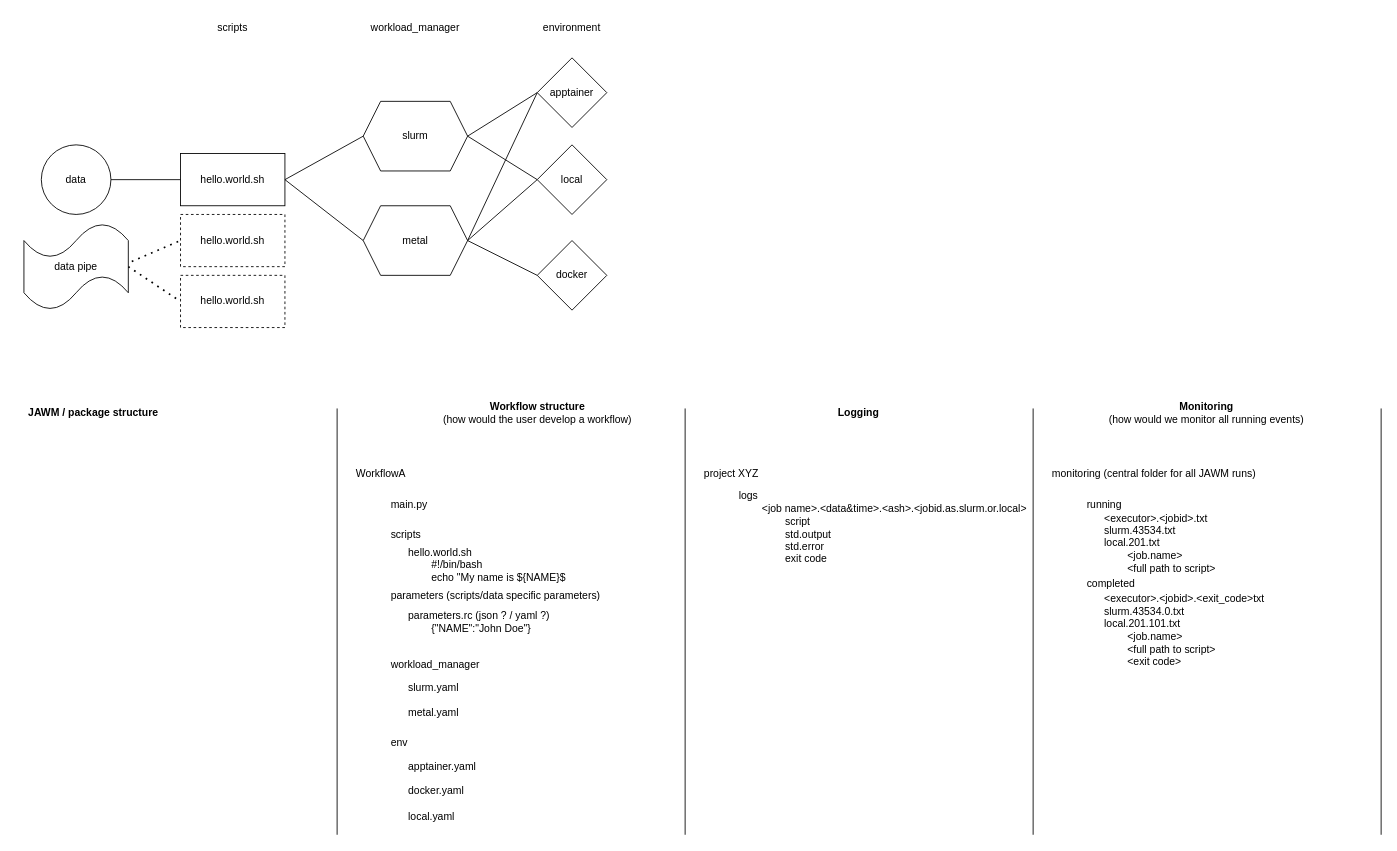
The draw.io diagram JAWM.drawio in mpg-age-bioinformatics/jawm, before the edit. Source tidied: cells renumbered, new cells numbered last; positions are measured from the earlier drawing's top-left corner, leaving out a move shared by most shapes. Both pictures are drawn from the tidied source at 87%, with x=0, y=0 at pixel (15, 15).
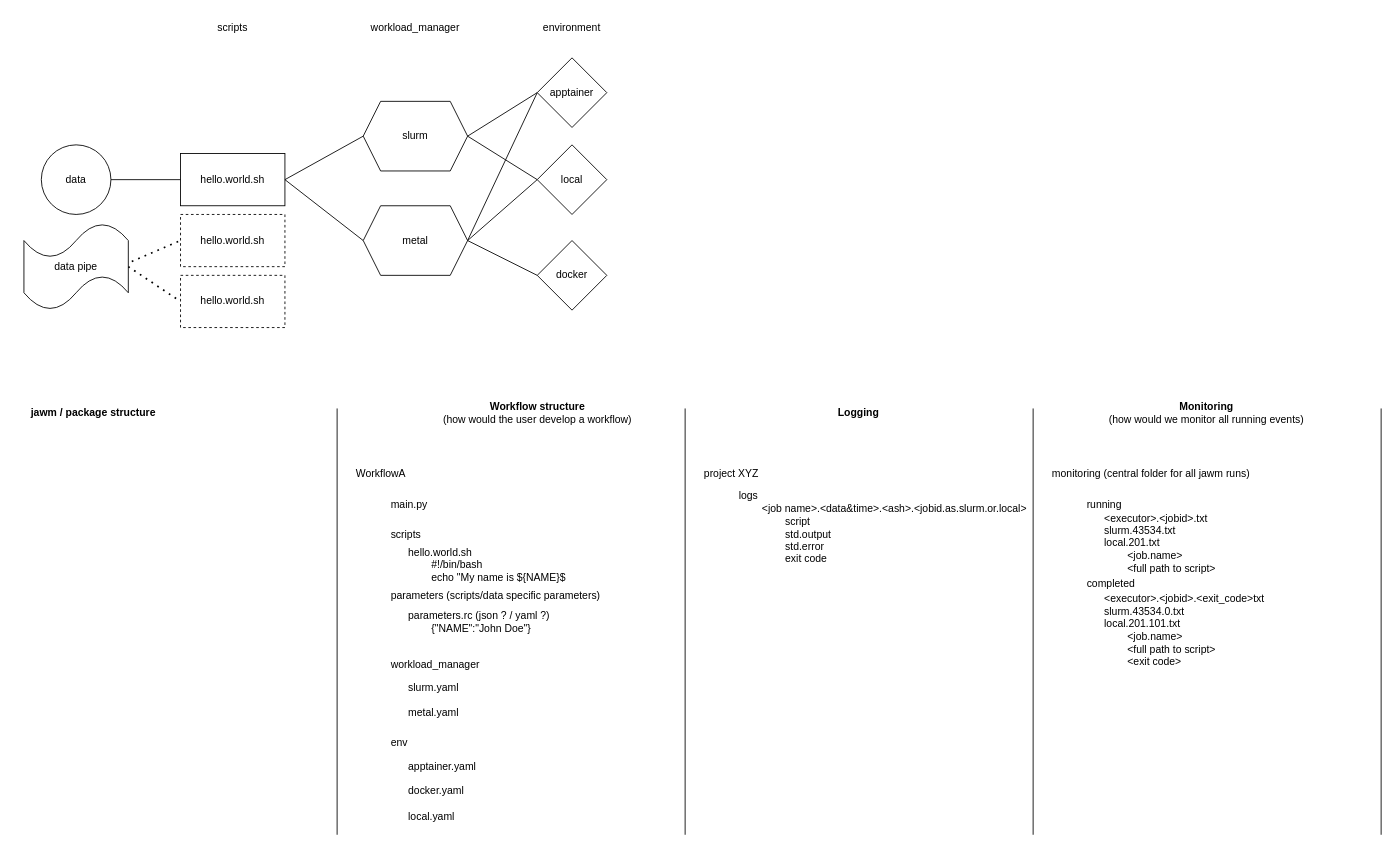
Above is the later version.

Diff of the diagram source:
```diff
@@
-    <mxCell id="16" value="&lt;b&gt;JAWM / package structure&lt;/b&gt;" style="text;html=1;align=center;verticalAlign=middle;whiteSpace=wrap;rounded=0;" parent="1" vertex="1">
+    <mxCell id="16" value="&lt;b&gt;jawm / package structure&lt;/b&gt;" style="text;html=1;align=center;verticalAlign=middle;whiteSpace=wrap;rounded=0;" parent="1" vertex="1">
       <mxGeometry y="442" width="180" height="30" as="geometry" />
     </mxCell>
@@
-    <mxCell id="44" value="monitoring (central folder for all JAWM runs)" style="text;html=1;align=left;verticalAlign=middle;whiteSpace=wrap;rounded=0;" parent="1" vertex="1">
+    <mxCell id="44" value="monitoring (central folder for all jawm runs)" style="text;html=1;align=left;verticalAlign=middle;whiteSpace=wrap;rounded=0;" parent="1" vertex="1">
       <mxGeometry x="1190" y="512" width="290" height="30" as="geometry" />
     </mxCell>
```
